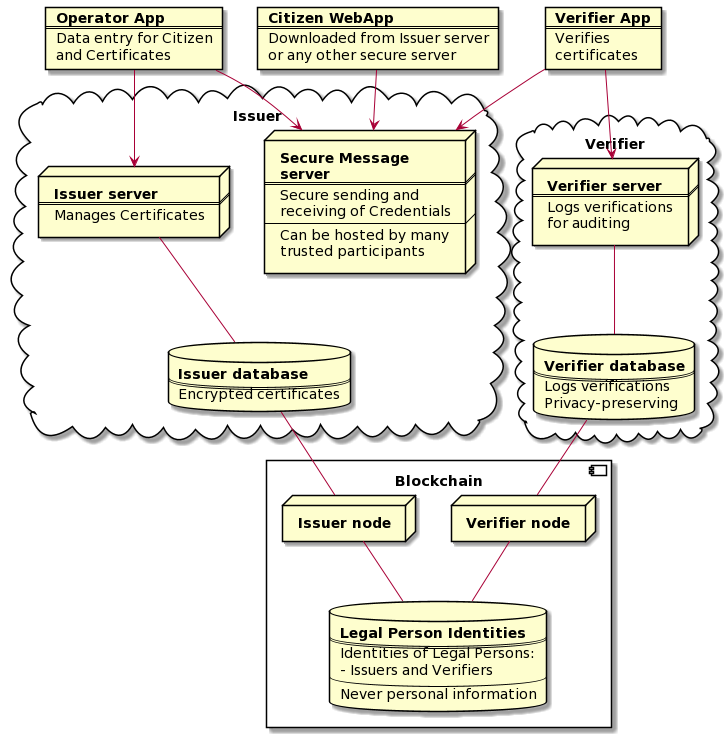
Before: images/SafeIsland_Components.png, a diagram exported from PlantUML (kemalbehram/SafeIsland).
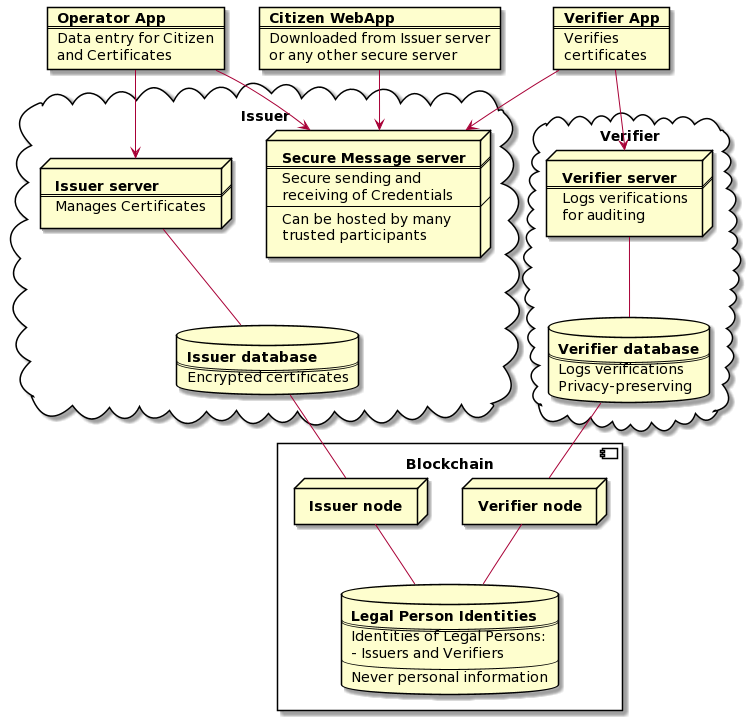
Later version of the same file.

Commit message:
Update component diagram

Change to the diagram source:
```diff
@@ -23,8 +23,7 @@
 cloud Issuer {
 
   node SecureMessageServer [
-    <b>Secure Message
-    <b>server
+    <b>Secure Message server
     ====
     Secure sending and
     receiving of Credentials
```
